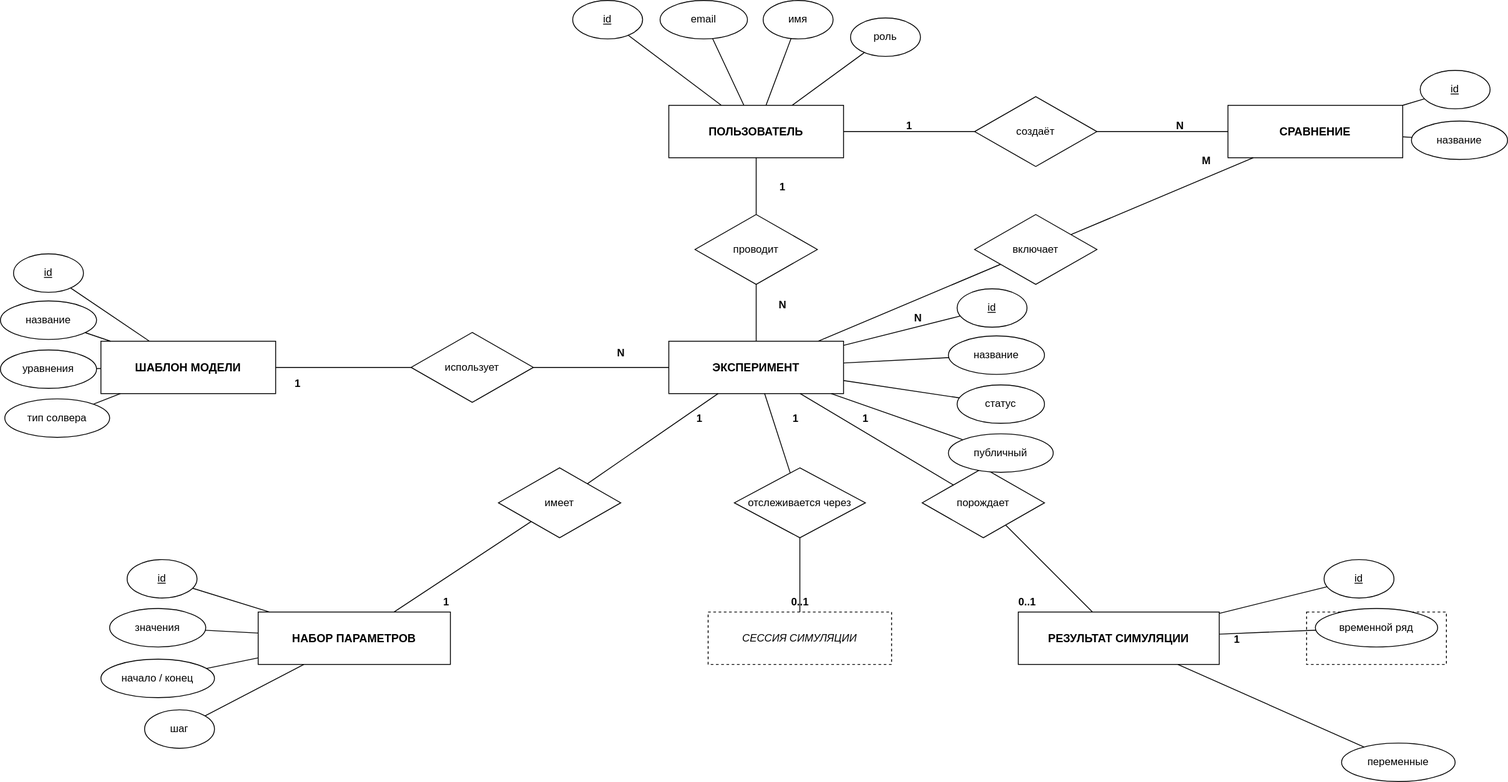
Above: img/er.drawio.svg in Nna2291/vargod (draw.io), before the change. Source tidied: cells renumbered, new cells last; positions are measured from the earlier drawing's top-left corner, leaving out a move shared by most shapes.
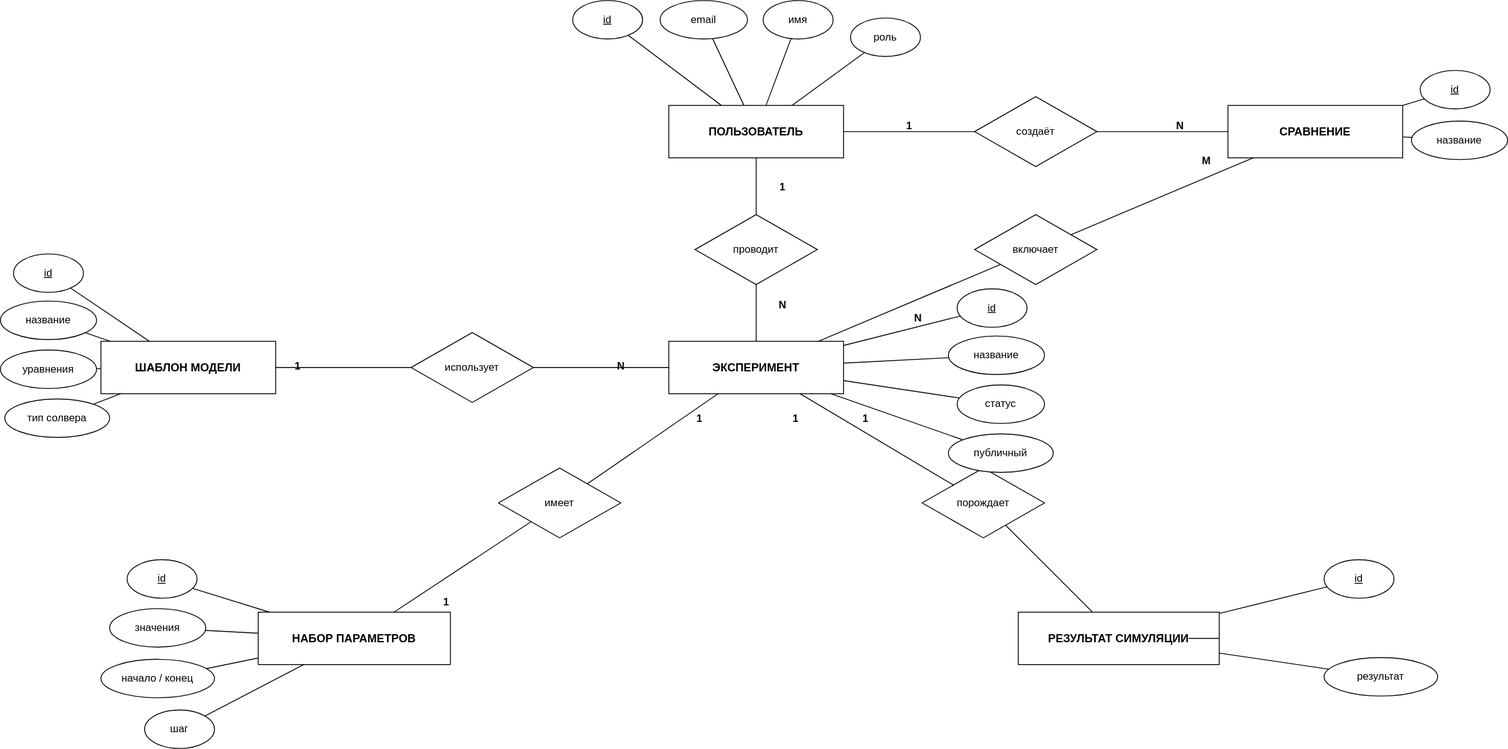
After the change.

What changed in the source:
```diff
@@ -20,12 +20,6 @@
     <mxCell id="7" value="РЕЗУЛЬТАТ СИМУЛЯЦИИ" style="rounded=0;whiteSpace=wrap;html=1;fontStyle=1;fontSize=13;" parent="1" vertex="1">
       <mxGeometry x="1165" y="700" width="230" height="60" as="geometry" />
     </mxCell>
-    <mxCell id="8" value="СЕССИЯ СИМУЛЯЦИИ" style="rounded=0;whiteSpace=wrap;html=1;fontStyle=2;dashed=1;fontSize=12;" parent="1" vertex="1">
-      <mxGeometry x="810" y="700" width="210" height="60" as="geometry" />
-    </mxCell>
-    <mxCell id="9" value="ГРАФИК" style="rounded=0;whiteSpace=wrap;html=1;fontStyle=2;dashed=1;fontSize=12;" parent="1" vertex="1">
-      <mxGeometry x="1495" y="700" width="160" height="60" as="geometry" />
-    </mxCell>
     <mxCell id="10" value="проводит" style="rhombus;whiteSpace=wrap;html=1;" parent="1" vertex="1">
       <mxGeometry x="795" y="245" width="140" height="80" as="geometry" />
     </mxCell>
@@ -35,9 +29,6 @@
     <mxCell id="12" value="имеет" style="rhombus;whiteSpace=wrap;html=1;" parent="1" vertex="1">
       <mxGeometry x="570" y="535" width="140" height="80" as="geometry" />
     </mxCell>
-    <mxCell id="13" value="отслеживается через" style="rhombus;whiteSpace=wrap;html=1;" parent="1" vertex="1">
-      <mxGeometry x="840" y="535" width="150" height="80" as="geometry" />
-    </mxCell>
     <mxCell id="14" value="порождает" style="rhombus;whiteSpace=wrap;html=1;" parent="1" vertex="1">
       <mxGeometry x="1055" y="535" width="140" height="80" as="geometry" />
     </mxCell>
@@ -104,11 +95,8 @@
     <mxCell id="35" value="id" style="ellipse;whiteSpace=wrap;html=1;fontStyle=4;" parent="1" vertex="1">
       <mxGeometry x="1515" y="640" width="80" height="44" as="geometry" />
     </mxCell>
-    <mxCell id="36" value="временной ряд" style="ellipse;whiteSpace=wrap;html=1;" parent="1" vertex="1">
-      <mxGeometry x="1505" y="696" width="140" height="44" as="geometry" />
-    </mxCell>
-    <mxCell id="37" value="переменные" style="ellipse;whiteSpace=wrap;html=1;" parent="1" vertex="1">
-      <mxGeometry x="1535" y="850" width="130" height="44" as="geometry" />
+    <mxCell id="37" value="результат" style="ellipse;whiteSpace=wrap;html=1;" parent="1" vertex="1">
+      <mxGeometry x="1515" y="752" width="130" height="44" as="geometry" />
     </mxCell>
     <mxCell id="38" style="endArrow=none;html=1;" parent="1" edge="1" source="2" target="17">
       <mxGeometry relative="1" as="geometry" />
@@ -167,9 +155,6 @@
     <mxCell id="56" style="endArrow=none;html=1;" parent="1" edge="1" source="7" target="35">
       <mxGeometry relative="1" as="geometry" />
     </mxCell>
-    <mxCell id="57" style="endArrow=none;html=1;" parent="1" edge="1" source="7" target="36">
-      <mxGeometry relative="1" as="geometry" />
-    </mxCell>
     <mxCell id="58" style="endArrow=none;html=1;" parent="1" edge="1" source="7" target="37">
       <mxGeometry relative="1" as="geometry" />
     </mxCell>
@@ -191,12 +176,6 @@
     <mxCell id="64" style="endArrow=none;html=1;" parent="1" edge="1" source="12" target="6">
       <mxGeometry relative="1" as="geometry" />
     </mxCell>
-    <mxCell id="65" style="endArrow=none;html=1;" parent="1" edge="1" source="4" target="13">
-      <mxGeometry relative="1" as="geometry" />
-    </mxCell>
-    <mxCell id="66" style="endArrow=none;html=1;" parent="1" edge="1" source="13" target="8">
-      <mxGeometry relative="1" as="geometry" />
-    </mxCell>
     <mxCell id="67" style="endArrow=none;html=1;" parent="1" edge="1" source="4" target="14">
       <mxGeometry relative="1" as="geometry" />
     </mxCell>
@@ -215,6 +194,11 @@
     <mxCell id="72" style="endArrow=none;html=1;" parent="1" edge="1" source="16" target="4">
       <mxGeometry relative="1" as="geometry" />
     </mxCell>
+    <mxCell id="88" style="endArrow=none;html=1;" parent="1" edge="1" source="7">
+      <mxGeometry relative="1" as="geometry">
+        <mxPoint x="1360" y="730" as="targetPoint" />
+      </mxGeometry>
+    </mxCell>
     <mxCell id="73" value="1" style="text;html=1;align=center;fontStyle=1;" parent="1" vertex="1">
       <mxGeometry x="880" y="200" width="30" height="20" as="geometry" />
     </mxCell>
@@ -222,10 +206,10 @@
       <mxGeometry x="880" y="335" width="30" height="20" as="geometry" />
     </mxCell>
     <mxCell id="75" value="1" style="text;html=1;align=center;fontStyle=1;" parent="1" vertex="1">
-      <mxGeometry x="325" y="425" width="30" height="20" as="geometry" />
+      <mxGeometry x="325" y="405" width="30" height="20" as="geometry" />
     </mxCell>
     <mxCell id="76" value="N" style="text;html=1;align=center;fontStyle=1;" parent="1" vertex="1">
-      <mxGeometry x="695" y="390" width="30" height="20" as="geometry" />
+      <mxGeometry x="695" y="405" width="30" height="20" as="geometry" />
     </mxCell>
     <mxCell id="77" value="1" style="text;html=1;align=center;fontStyle=1;" parent="1" vertex="1">
       <mxGeometry x="785" y="465" width="30" height="20" as="geometry" />
@@ -236,15 +220,9 @@
     <mxCell id="79" value="1" style="text;html=1;align=center;fontStyle=1;" parent="1" vertex="1">
       <mxGeometry x="895" y="465" width="30" height="20" as="geometry" />
     </mxCell>
-    <mxCell id="80" value="0..1" style="text;html=1;align=center;fontStyle=1;" parent="1" vertex="1">
-      <mxGeometry x="895" y="675" width="40" height="20" as="geometry" />
-    </mxCell>
     <mxCell id="81" value="1" style="text;html=1;align=center;fontStyle=1;" parent="1" vertex="1">
       <mxGeometry x="975" y="465" width="30" height="20" as="geometry" />
     </mxCell>
-    <mxCell id="82" value="0..1" style="text;html=1;align=center;fontStyle=1;" parent="1" vertex="1">
-      <mxGeometry x="1155" y="675" width="40" height="20" as="geometry" />
-    </mxCell>
     <mxCell id="83" value="1" style="text;html=1;align=center;fontStyle=1;" parent="1" vertex="1">
       <mxGeometry x="1025" y="130" width="30" height="20" as="geometry" />
     </mxCell>
@@ -257,8 +235,5 @@
     <mxCell id="86" value="N" style="text;html=1;align=center;fontStyle=1;" parent="1" vertex="1">
       <mxGeometry x="1035" y="350" width="30" height="20" as="geometry" />
     </mxCell>
-    <mxCell id="87" value="1" style="text;html=1;align=center;fontStyle=1;" parent="1" vertex="1">
-      <mxGeometry x="1400" y="718" width="30" height="20" as="geometry" />
-    </mxCell>
   </root>
 </mxGraphModel>
```
